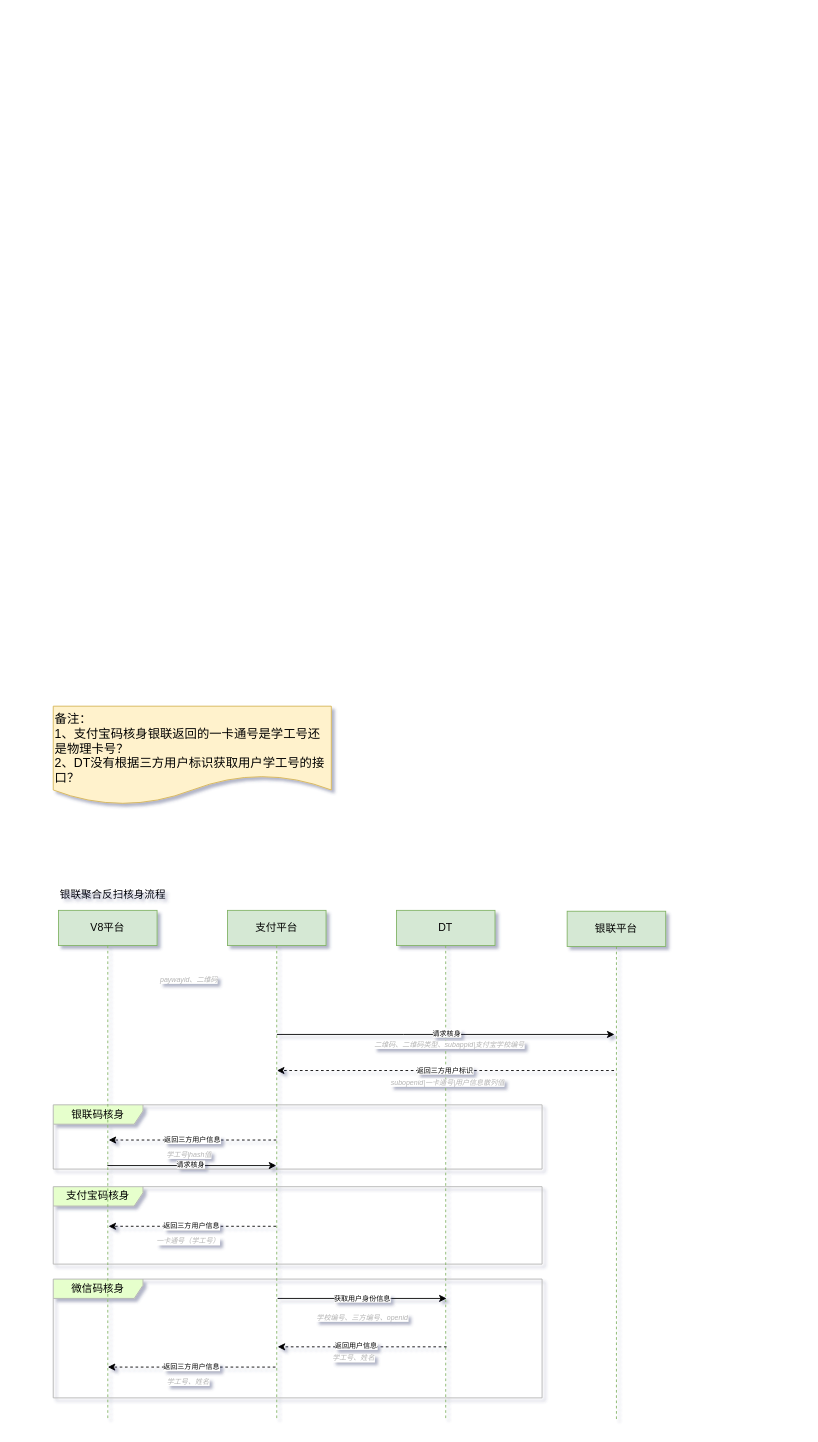
Earlier version of the draw.io diagram page "一期需求" (2 of 3) of 厦门大学.drawio (ifelsewang/draw). Source tidied: cells renumbered, new cells numbered last; positions are measured from the earlier drawing's top-left corner, leaving out a move shared by most shapes. Both pictures are drawn from the tidied source at 88%, with x=0, y=0 at pixel (53, 706).
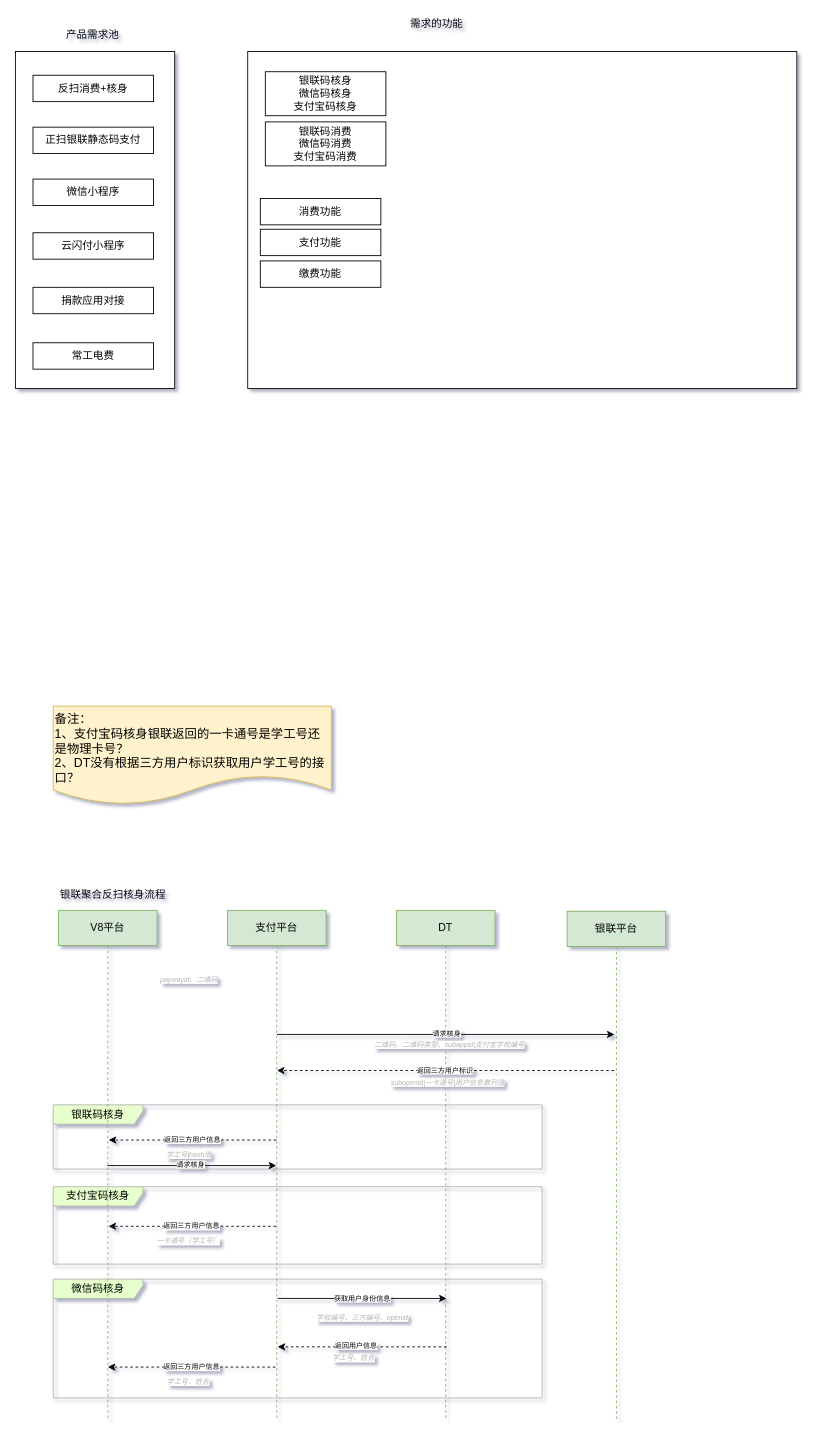
After the change.

Commit message:
更新厦门大学.drawio

Change to the diagram source:
```diff
@@
+    <mxCell id="30" value="&lt;p class=&quot;MsoNormal&quot;&gt;&lt;br&gt;&lt;/p&gt;" style="rounded=0;whiteSpace=wrap;html=1;" parent="1" vertex="1">
+      <mxGeometry x="221" y="-744" width="624" height="383" as="geometry" />
+    </mxCell>
@@
+    <mxCell id="31" value="&lt;p class=&quot;MsoNormal&quot;&gt;&lt;br&gt;&lt;/p&gt;" style="rounded=0;whiteSpace=wrap;html=1;" parent="1" vertex="1">
+      <mxGeometry x="-43" y="-744" width="181" height="383" as="geometry" />
+    </mxCell>
+    <mxCell id="32" value="反扫消费+核身" style="rounded=0;whiteSpace=wrap;html=1;" parent="1" vertex="1">
+      <mxGeometry x="-23" y="-717" width="137" height="30" as="geometry" />
+    </mxCell>
+    <mxCell id="33" value="产品需求池" style="text;html=1;strokeColor=none;fillColor=none;align=center;verticalAlign=middle;whiteSpace=wrap;rounded=0;" parent="1" vertex="1">
+      <mxGeometry x="6" y="-773" width="77.5" height="20" as="geometry" />
+    </mxCell>
+    <mxCell id="34" value="&lt;font style=&quot;font-size: 12px&quot;&gt;正扫银联静态码支付&lt;/font&gt;" style="rounded=0;whiteSpace=wrap;html=1;" parent="1" vertex="1">
+      <mxGeometry x="-23" y="-658" width="137" height="30" as="geometry" />
+    </mxCell>
+    <mxCell id="35" value="&lt;font style=&quot;font-size: 12px&quot;&gt;微信小程序&lt;/font&gt;" style="rounded=0;whiteSpace=wrap;html=1;" parent="1" vertex="1">
+      <mxGeometry x="-23" y="-599" width="137" height="30" as="geometry" />
+    </mxCell>
+    <mxCell id="36" value="&lt;font style=&quot;font-size: 12px&quot;&gt;云闪付小程序&lt;/font&gt;" style="rounded=0;whiteSpace=wrap;html=1;" parent="1" vertex="1">
+      <mxGeometry x="-23" y="-538" width="137" height="30" as="geometry" />
+    </mxCell>
+    <mxCell id="37" value="&lt;font style=&quot;font-size: 12px&quot;&gt;捐款应用对接&lt;/font&gt;" style="rounded=0;whiteSpace=wrap;html=1;" parent="1" vertex="1">
+      <mxGeometry x="-23" y="-476" width="137" height="30" as="geometry" />
+    </mxCell>
+    <mxCell id="38" value="&lt;font style=&quot;font-size: 12px&quot;&gt;常工电费&lt;/font&gt;" style="rounded=0;whiteSpace=wrap;html=1;" parent="1" vertex="1">
+      <mxGeometry x="-23" y="-413" width="137" height="30" as="geometry" />
+    </mxCell>
+    <mxCell id="39" value="消费功能" style="rounded=0;whiteSpace=wrap;html=1;" parent="1" vertex="1">
+      <mxGeometry x="235.3" y="-577" width="137" height="30" as="geometry" />
+    </mxCell>
+    <mxCell id="40" value="银联码核身&lt;br&gt;微信码核身&lt;br&gt;支付宝码核身" style="rounded=0;whiteSpace=wrap;html=1;" parent="1" vertex="1">
+      <mxGeometry x="241" y="-721" width="137" height="50" as="geometry" />
+    </mxCell>
+    <mxCell id="41" value="缴费功能" style="rounded=0;whiteSpace=wrap;html=1;" parent="1" vertex="1">
+      <mxGeometry x="235.3" y="-506" width="137" height="30" as="geometry" />
+    </mxCell>
+    <mxCell id="42" style="edgeStyle=orthogonalEdgeStyle;rounded=0;orthogonalLoop=1;jettySize=auto;html=1;exitX=0.5;exitY=1;exitDx=0;exitDy=0;" parent="1" edge="1" source="37" target="37">
+      <mxGeometry relative="1" as="geometry" />
+    </mxCell>
+    <mxCell id="43" value="支付功能" style="rounded=0;whiteSpace=wrap;html=1;" parent="1" vertex="1">
+      <mxGeometry x="235.3" y="-542" width="137" height="30" as="geometry" />
+    </mxCell>
+    <mxCell id="44" value="需求的功能" style="text;html=1;strokeColor=none;fillColor=none;align=center;verticalAlign=middle;whiteSpace=wrap;rounded=0;" parent="1" vertex="1">
+      <mxGeometry x="397" y="-785" width="77.5" height="20" as="geometry" />
+    </mxCell>
+    <mxCell id="45" value="银联码消费&lt;br&gt;微信码消费&lt;br&gt;支付宝码消费" style="rounded=0;whiteSpace=wrap;html=1;" parent="1" vertex="1">
+      <mxGeometry x="241" y="-664" width="137" height="50" as="geometry" />
+    </mxCell>
```
